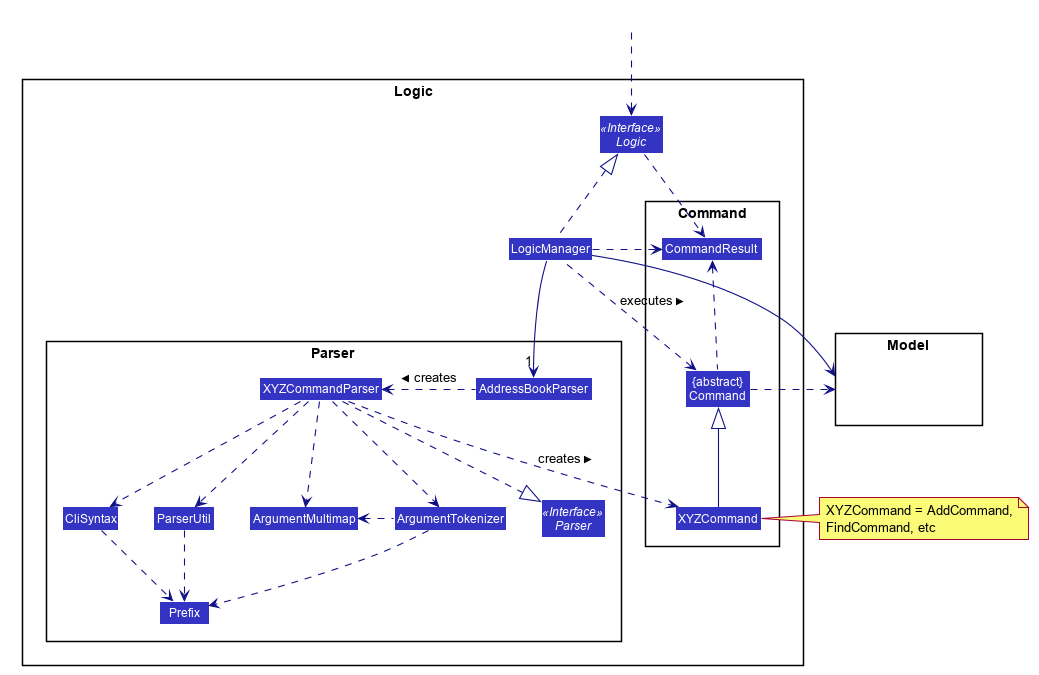
The PlantUML diagram docs/images/LogicClassDiagram.png in nus-cs2103-AY2021S2/tp, before a commit.
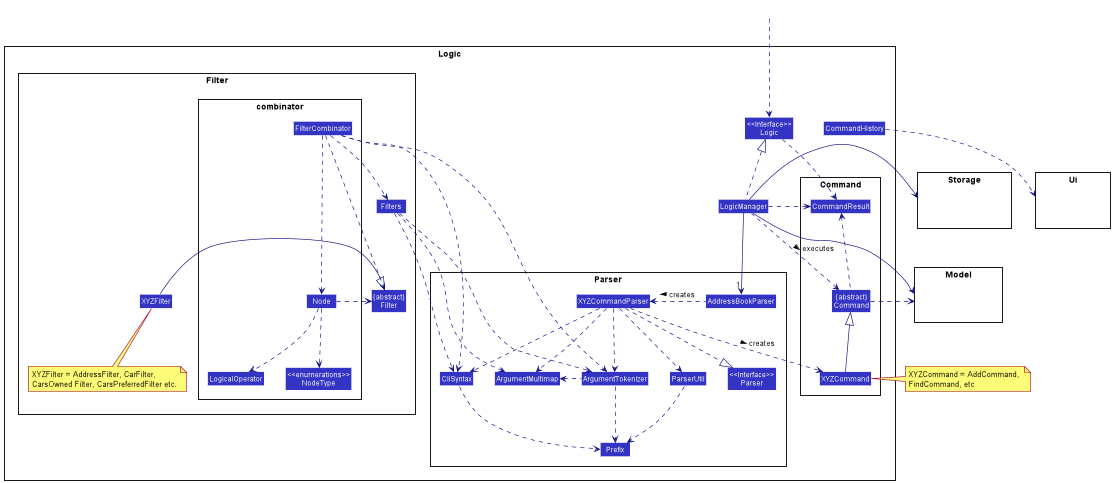
Above is the later version.

Commit message:
Resolve website and diagram screenshots

Change to the diagram source:
```diff
@@ -1,60 +1,15 @@
 @startuml
-
-
-
-
-
-
-
-
-skinparam BackgroundColor #FFFFFFF
-
-skinparam Shadowing false
-
-skinparam Class {
-    FontColor #FFFFFF
-    BorderThickness 1
-    BorderColor #FFFFFF
-    StereotypeFontColor #FFFFFF
-    FontName Arial
-}
-
-skinparam Actor {
-    BorderColor #000000
-    Color #000000
-    FontName Arial
-}
-
-skinparam Sequence {
-    MessageAlign center
-    BoxFontSize 15
-    BoxPadding 0
-    BoxFontColor #FFFFFF
-    FontName Arial
-}
-
-skinparam Participant {
-    FontColor #FFFFFFF
-    Padding 20
-}
-
-skinparam MinClassWidth 50
-skinparam ParticipantPadding 10
-skinparam Shadowing false
-skinparam DefaultTextAlignment center
-skinparam packageStyle Rectangle
-
-hide footbox
-hide members
-hide circle
+!include style.puml
 skinparam arrowThickness 1.1
-skinparam arrowColor #101086
-skinparam classBackgroundColor #3333C4
+skinparam arrowColor LOGIC_COLOR_T4
+skinparam classBackgroundColor LOGIC_COLOR
 
 package Logic {
 
+Class CommandHistory
+
 package Parser {
-Interface Parser <<Interface>>
+Class "<<Interface>>\nParser"
 Class AddressBookParser
 Class XYZCommandParser
 Class CliSyntax
@@ -64,13 +19,27 @@
 Class Prefix
 }
 
+package Filter {
+package combinator {
+Class FilterCombinator
+Class LogicalOperator
+Class Node
+Class "<<enumerations>>\nNodeType"
+}
+Class XYZFilter
+note bottom of XYZFilter: XYZFilter = AddressFilter, CarFilter,\nCarsOwned Filter, CarsPreferredFilter etc.
+Class Filters
+Class "{abstract}\nFilter" as Filter
+}
+
 package Command {
 Class XYZCommand
 Class CommandResult
 Class "{abstract}\nCommand" as Command
 }
 
-Interface Logic <<Interface>>
+
+Class "<<Interface>>\nLogic"
 Class LogicManager
 }
 
@@ -78,15 +47,24 @@
 Class HiddenModel #FFFFFF
 }
 
+package Storage {
+CLass HiddenStorage #FFFFFF
+}
+
+package Ui {
+CLass HiddenUi #FFFFFF
+}
+
+
 Class HiddenOutside #FFFFFF
-HiddenOutside ..> Logic
+HiddenOutside ..> "<<Interface>>\nLogic"
 
-LogicManager .up.|> Logic
+LogicManager .up.|> "<<Interface>>\nLogic"
 LogicManager -->"1" AddressBookParser
 AddressBookParser .left.> XYZCommandParser: creates >
 
 XYZCommandParser ..> XYZCommand : creates >
-XYZCommandParser ..|> Parser
+XYZCommandParser ..|> "<<Interface>>\nParser"
 XYZCommandParser ..> ArgumentMultimap
 XYZCommandParser ..> ArgumentTokenizer
 ArgumentTokenizer .left.> ArgumentMultimap
@@ -102,8 +80,32 @@
 Command .right.> Model
 note right of XYZCommand: XYZCommand = AddCommand, \nFindCommand, etc
 
-Logic ..> CommandResult
+LogicManager --> Storage
+Storage --[hidden] Model
+Command .[hidden]up.> Storage
+
+"<<Interface>>\nLogic" ..> CommandResult
 LogicManager .down.> CommandResult
 Command .up.> CommandResult
-CommandResult -[hidden]-> Parser
+CommandResult -[hidden]-> "<<Interface>>\nParser"
+
+
+CommandHistory  .->Ui
+
+FilterCombinator .right.-> ArgumentTokenizer
+FilterCombinator .-> Filter
+FilterCombinator .down.-> CliSyntax
+FilterCombinator .-> Filters
+FilterCombinator .down.->Node
+
+
+Filters .down.->CliSyntax
+Filters .down.->ArgumentMultimap
+Filters .down.->ArgumentTokenizer
+
+XYZFilter -|> Filter
+
+Node .-> LogicalOperator
+Node .-> "<<enumerations>>\nNodeType"
+Node .right.--> Filter
 @enduml
```
